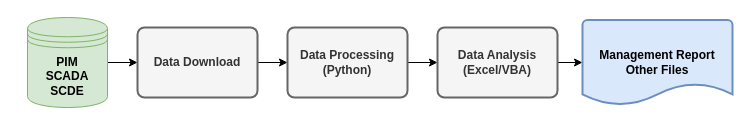
This is perdasat.drawio from lguedes-git/drawio, a draw.io file, before an edit. Source tidied: cells renumbered, new cells numbered last; positions are measured from the earlier drawing's top-left corner, leaving out a move shared by most shapes. Both pictures are drawn from the tidied source at 100%, with x=0, y=0 at pixel (27, 17).
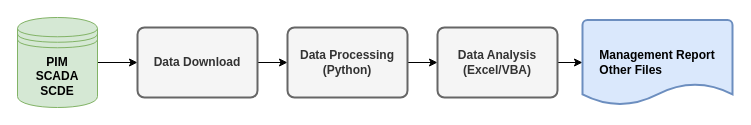
Above is the later version.

What changed in the source:
```diff
@@
 <mxGraphModel>
   <root>
     <mxCell id="0" />
     <mxCell id="1" parent="0" />
     <mxCell id="2" style="edgeStyle=orthogonalEdgeStyle;rounded=0;jettySize=auto;html=1;" parent="1" edge="1" source="3" target="5">
       <mxGeometry relative="1" as="geometry" />
     </mxCell>
     <mxCell id="3" value="&lt;b&gt;PIM&lt;br&gt;SCADA&lt;br&gt;SCDE&lt;/b&gt;" style="shape=datastore;whiteSpace=wrap;html=1;fillColor=#d5e8d4;strokeColor=#82b366;" parent="1" vertex="1">
-      <mxGeometry width="80" height="90" as="geometry" />
+      <mxGeometry x="-10" width="80" height="90" as="geometry" />
     </mxCell>
     <mxCell id="4" style="edgeStyle=orthogonalEdgeStyle;rounded=0;jettySize=auto;html=1;" parent="1" edge="1" source="5" target="7">
       <mxGeometry relative="1" as="geometry" />
     </mxCell>
     <mxCell id="5" value="&lt;b&gt;Data Download&lt;/b&gt;" style="rounded=1;whiteSpace=wrap;html=1;absoluteArcSize=1;arcSize=14;strokeWidth=2;fillColor=#f5f5f5;fontColor=#333333;strokeColor=#666666;" parent="1" vertex="1">
       <mxGeometry x="110" y="10" width="120" height="70" as="geometry" />
     </mxCell>
     <mxCell id="6" style="edgeStyle=orthogonalEdgeStyle;rounded=0;jettySize=auto;html=1;" parent="1" edge="1" source="7" target="9">
       <mxGeometry relative="1" as="geometry" />
     </mxCell>
     <mxCell id="7" value="&lt;b&gt;Data Processing (Python)&lt;/b&gt;" style="rounded=1;whiteSpace=wrap;html=1;absoluteArcSize=1;arcSize=14;strokeWidth=2;fillColor=#f5f5f5;fontColor=#333333;strokeColor=#666666;" parent="1" vertex="1">
       <mxGeometry x="260" y="10" width="120" height="70" as="geometry" />
     </mxCell>
     <mxCell id="8" style="edgeStyle=orthogonalEdgeStyle;rounded=0;jettySize=auto;html=1;" parent="1" edge="1" source="9" target="10">
       <mxGeometry relative="1" as="geometry" />
     </mxCell>
     <mxCell id="9" value="&lt;b&gt;Data Analysis (Excel/VBA)&lt;/b&gt;" style="rounded=1;whiteSpace=wrap;html=1;absoluteArcSize=1;arcSize=14;strokeWidth=2;fillColor=#f5f5f5;fontColor=#333333;strokeColor=#666666;" parent="1" vertex="1">
       <mxGeometry x="410" y="10" width="120" height="70" as="geometry" />
     </mxCell>
-    <mxCell id="10" value="&lt;b&gt;Management Report&lt;br&gt;Other Files&lt;br&gt;&lt;/b&gt;" style="strokeWidth=2;html=1;shape=mxgraph.flowchart.document2;whiteSpace=wrap;size=0.25;fillColor=#dae8fc;strokeColor=#6c8ebf;" parent="1" vertex="1">
+    <mxCell id="10" value="&lt;div style=&quot;text-align: left;&quot;&gt;&lt;b style=&quot;background-color: initial;&quot;&gt;Management Report&lt;/b&gt;&lt;/div&gt;&lt;b&gt;&lt;div style=&quot;text-align: left;&quot;&gt;&lt;b style=&quot;background-color: initial;&quot;&gt;Other Files&lt;/b&gt;&lt;/div&gt;&lt;/b&gt;" style="strokeWidth=2;html=1;shape=mxgraph.flowchart.document2;whiteSpace=wrap;size=0.25;fillColor=#dae8fc;strokeColor=#6c8ebf;" parent="1" vertex="1">
       <mxGeometry x="555" y="2.5" width="150" height="85" as="geometry" />
     </mxCell>
   </root>
 </mxGraphModel>
```
